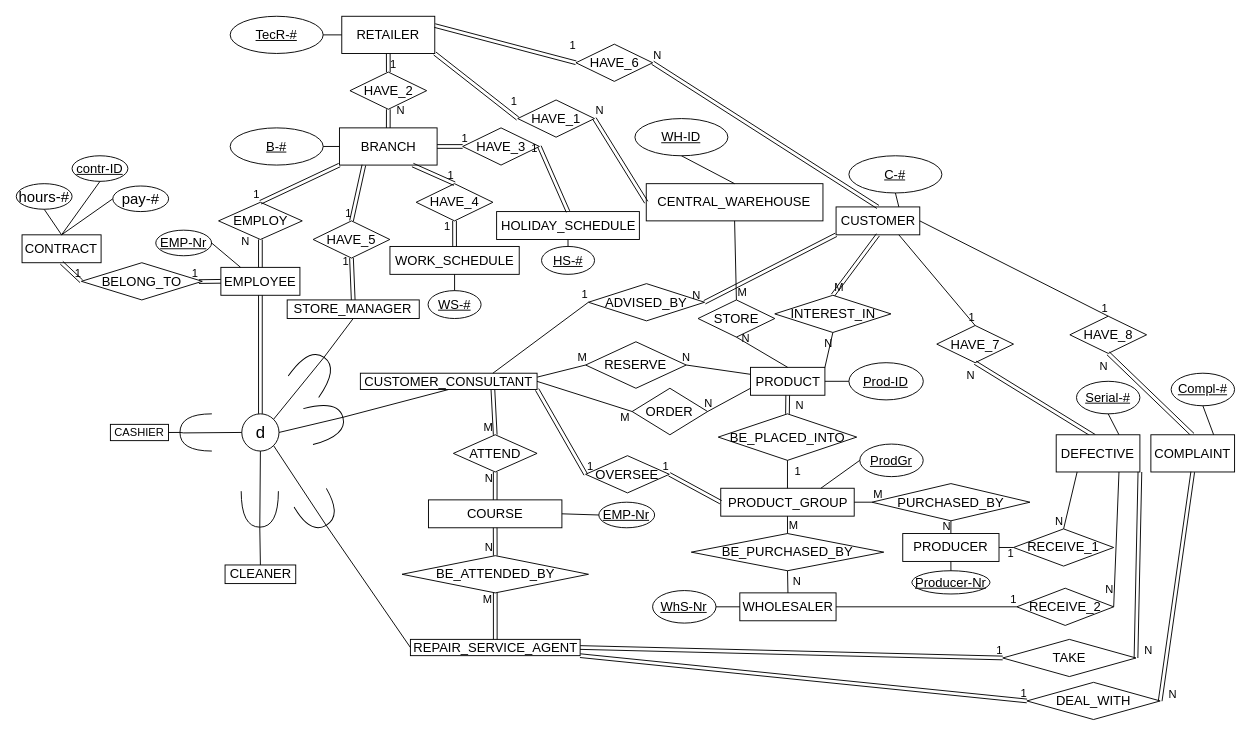
quangmnh/drawio keeps this draw.io diagram as eerdretailer.drawio. Above is the earlier version. Source tidied: cells renumbered, new cells numbered last; positions are measured from the earlier drawing's top-left corner, leaving out a move shared by most shapes. Both pictures are drawn from the tidied source at 93%, with x=0, y=0 at pixel (16, 16).
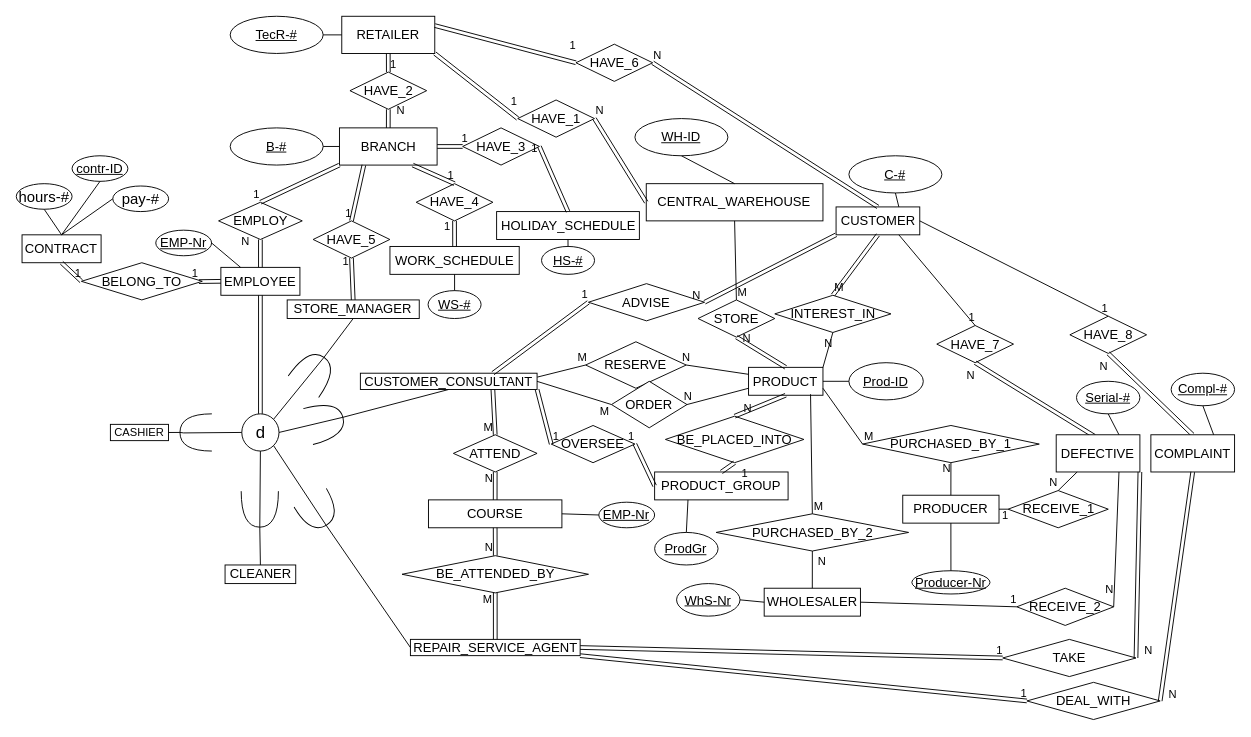
After the change.

The change refers to these unchanged cells:
```xml
<mxCell id="22" value="&lt;font style=&quot;font-size: 14px&quot;&gt;STORE&lt;/font&gt;" style="shape=rhombus;perimeter=rhombusPerimeter;whiteSpace=wrap;html=1;align=center;" parent="1" vertex="1">
  <mxGeometry x="733.1" y="305" width="82.5" height="40" as="geometry" />
</mxCell>
<mxCell id="107" value="&lt;font style=&quot;font-size: 14px&quot;&gt;CUSTOMER_CONSULTANT&lt;/font&gt;" style="whiteSpace=wrap;html=1;align=center;" parent="1" vertex="1">
  <mxGeometry x="370" y="383.8" width="190" height="17.5" as="geometry" />
</mxCell>
```

What changed in the source:
```diff
@@
     <mxCell id="21" value="&lt;font style=&quot;font-size: 14px&quot;&gt;PRODUCT&lt;/font&gt;" style="whiteSpace=wrap;html=1;align=center;" parent="1" vertex="1">
-      <mxGeometry x="789.5" y="377.5" width="80" height="30" as="geometry" />
+      <mxGeometry x="787.4" y="377.5" width="80" height="30" as="geometry" />
     </mxCell>
@@
-    <mxCell id="25" style="endArrow=none;html=1;rounded=0;entryX=0.5;entryY=1;entryDx=0;entryDy=0;exitX=0.5;exitY=0;exitDx=0;exitDy=0;" parent="1" edge="1" source="21" target="22">
+    <mxCell id="25" style="endArrow=none;html=1;rounded=0;entryX=0.5;entryY=1;entryDx=0;entryDy=0;exitX=0.5;exitY=0;exitDx=0;exitDy=0;shape=link;" parent="1" edge="1" source="21" target="22">
       <mxGeometry relative="1" as="geometry" />
     </mxCell>
@@
     <mxCell id="29" value="&lt;font style=&quot;font-size: 14px&quot;&gt;BE_PLACED_INTO&lt;/font&gt;" style="shape=rhombus;perimeter=rhombusPerimeter;whiteSpace=wrap;html=1;align=center;" parent="1" vertex="1">
-      <mxGeometry x="754.8" y="427.5" width="148.9" height="50" as="geometry" />
+      <mxGeometry x="698" y="430" width="148.9" height="50" as="geometry" />
     </mxCell>
     <mxCell id="30" value="&lt;font style=&quot;font-size: 14px&quot;&gt;PRODUCT_GROUP&lt;/font&gt;" style="whiteSpace=wrap;html=1;align=center;" parent="1" vertex="1">
-      <mxGeometry x="757.5" y="507.5" width="143.5" height="30" as="geometry" />
+      <mxGeometry x="686.4" y="490" width="143.5" height="30" as="geometry" />
     </mxCell>
     <mxCell id="31" value="&lt;span style=&quot;font-size: 14px&quot;&gt;ProdGr&lt;/span&gt;" style="ellipse;whiteSpace=wrap;html=1;align=center;fontStyle=4;" parent="1" vertex="1">
-      <mxGeometry x="907" y="460" width="68.2" height="35" as="geometry" />
+      <mxGeometry x="686.4" y="555" width="68.2" height="35" as="geometry" />
     </mxCell>
-    <mxCell id="32" style="endArrow=none;html=1;rounded=0;exitX=0;exitY=0.5;exitDx=0;exitDy=0;entryX=0.75;entryY=0;entryDx=0;entryDy=0;" parent="1" edge="1" source="31" target="30">
+    <mxCell id="32" style="endArrow=none;html=1;rounded=0;exitX=0.5;exitY=0;exitDx=0;exitDy=0;entryX=0.25;entryY=1;entryDx=0;entryDy=0;" parent="1" edge="1" source="31" target="30">
       <mxGeometry relative="1" as="geometry" />
     </mxCell>
@@
-    <mxCell id="35" style="endArrow=none;html=1;rounded=0;exitX=0.5;exitY=0;exitDx=0;exitDy=0;entryX=0.5;entryY=1;entryDx=0;entryDy=0;" parent="1" edge="1" source="30" target="29">
+    <mxCell id="35" style="endArrow=none;html=1;rounded=0;exitX=0.5;exitY=0;exitDx=0;exitDy=0;entryX=0.5;entryY=1;entryDx=0;entryDy=0;shape=link;" parent="1" edge="1" source="30" target="29">
       <mxGeometry relative="1" as="geometry" />
     </mxCell>
@@
     <mxCell id="37" value="&lt;span style=&quot;font-size: 14px&quot;&gt;WHOLESALER&lt;/span&gt;" style="whiteSpace=wrap;html=1;align=center;" parent="1" vertex="1">
-      <mxGeometry x="778" y="620" width="103.5" height="30" as="geometry" />
+      <mxGeometry x="804.2" y="615" width="103.5" height="30" as="geometry" />
     </mxCell>
     <mxCell id="38" value="&lt;span style=&quot;font-size: 14px&quot;&gt;PRODUCER&lt;/span&gt;" style="whiteSpace=wrap;html=1;align=center;" parent="1" vertex="1">
-      <mxGeometry x="953.2" y="556.2" width="103.5" height="30" as="geometry" />
+      <mxGeometry x="953.2" y="515" width="103.5" height="30" as="geometry" />
     </mxCell>
-    <mxCell id="39" value="&lt;font style=&quot;font-size: 14px&quot;&gt;BE_PURCHASED_BY&lt;/font&gt;" style="shape=rhombus;perimeter=rhombusPerimeter;whiteSpace=wrap;html=1;align=center;" parent="1" vertex="1">
-      <mxGeometry x="725.8" y="556.2" width="207" height="40" as="geometry" />
+    <mxCell id="39" value="&lt;font style=&quot;font-size: 14px&quot;&gt;PURCHASED_BY_2&lt;/font&gt;" style="shape=rhombus;perimeter=rhombusPerimeter;whiteSpace=wrap;html=1;align=center;" parent="1" vertex="1">
+      <mxGeometry x="752.5" y="535" width="207" height="40" as="geometry" />
     </mxCell>
-    <mxCell id="40" style="endArrow=none;html=1;rounded=0;entryX=0.5;entryY=1;entryDx=0;entryDy=0;exitX=0.5;exitY=0;exitDx=0;exitDy=0;" parent="1" edge="1" source="39" target="30">
+    <mxCell id="40" style="endArrow=none;html=1;rounded=0;entryX=0.833;entryY=0.964;entryDx=0;entryDy=0;exitX=0.5;exitY=0;exitDx=0;exitDy=0;entryPerimeter=0;" parent="1" edge="1" source="39" target="21">
       <mxGeometry relative="1" as="geometry" />
     </mxCell>
@@
-    <mxCell id="44" style="endArrow=none;html=1;rounded=0;entryX=1;entryY=0.5;entryDx=0;entryDy=0;exitX=0;exitY=0.5;exitDx=0;exitDy=0;" parent="1" edge="1" source="120" target="30">
+    <mxCell id="44" style="endArrow=none;html=1;rounded=0;entryX=1;entryY=0.75;entryDx=0;entryDy=0;exitX=0;exitY=0.5;exitDx=0;exitDy=0;" parent="1" edge="1" source="120" target="21">
       <mxGeometry relative="1" as="geometry" />
     </mxCell>
@@
     <mxCell id="48" value="&lt;span style=&quot;font-size: 14px&quot;&gt;WhS-Nr&lt;/span&gt;" style="ellipse;whiteSpace=wrap;html=1;align=center;fontStyle=4;" parent="1" vertex="1">
-      <mxGeometry x="684.2" y="617.5" width="68.2" height="35" as="geometry" />
+      <mxGeometry x="710" y="610" width="68.2" height="35" as="geometry" />
     </mxCell>
@@
-    <mxCell id="120" value="&lt;font style=&quot;font-size: 14px&quot;&gt;PURCHASED_BY&lt;/font&gt;" style="shape=rhombus;perimeter=rhombusPerimeter;whiteSpace=wrap;html=1;align=center;" parent="1" vertex="1">
-      <mxGeometry x="920" y="502.5" width="170" height="40" as="geometry" />
+    <mxCell id="120" value="&lt;font style=&quot;font-size: 14px&quot;&gt;PURCHASED_BY_1&lt;/font&gt;" style="shape=rhombus;perimeter=rhombusPerimeter;whiteSpace=wrap;html=1;align=center;" parent="1" vertex="1">
+      <mxGeometry x="910" y="440" width="190" height="40" as="geometry" />
     </mxCell>
@@
-    <mxCell id="122" value="&lt;font style=&quot;font-size: 14px&quot;&gt;ADVISED_BY&lt;/font&gt;" style="shape=rhombus;perimeter=rhombusPerimeter;whiteSpace=wrap;html=1;align=center;" parent="1" vertex="1">
+    <mxCell id="122" value="&lt;font style=&quot;font-size: 14px&quot;&gt;ADVISE&lt;/font&gt;" style="shape=rhombus;perimeter=rhombusPerimeter;whiteSpace=wrap;html=1;align=center;" parent="1" vertex="1">
       <mxGeometry x="615.2" y="287.5" width="124.9" height="40" as="geometry" />
     </mxCell>
     <mxCell id="123" value="&lt;font style=&quot;font-size: 14px&quot;&gt;OVERSEE&lt;/font&gt;" style="shape=rhombus;perimeter=rhombusPerimeter;whiteSpace=wrap;html=1;align=center;" parent="1" vertex="1">
-      <mxGeometry x="612.2" y="472.5" width="90" height="40" as="geometry" />
+      <mxGeometry x="575.2" y="440" width="90" height="40" as="geometry" />
     </mxCell>
@@
-    <mxCell id="128" style="endArrow=none;html=1;rounded=0;entryX=0;entryY=0.5;entryDx=0;entryDy=0;exitX=0.75;exitY=0;exitDx=0;exitDy=0;" parent="1" edge="1" source="107" target="122">
+    <mxCell id="128" style="endArrow=none;html=1;rounded=0;entryX=0;entryY=0.5;entryDx=0;entryDy=0;exitX=0.75;exitY=0;exitDx=0;exitDy=0;shape=link;" parent="1" edge="1" source="107" target="122">
       <mxGeometry relative="1" as="geometry" />
     </mxCell>
@@
     <mxCell id="139" value="&lt;font style=&quot;font-size: 14px&quot;&gt;ORDER&lt;/font&gt;" style="shape=rhombus;perimeter=rhombusPerimeter;whiteSpace=wrap;html=1;align=center;" parent="1" vertex="1">
-      <mxGeometry x="662.2" y="400" width="81.2" height="50" as="geometry" />
+      <mxGeometry x="640" y="392.5" width="81.2" height="50" as="geometry" />
     </mxCell>
@@
     <mxCell id="174" value="&lt;font style=&quot;font-size: 14px&quot;&gt;RECEIVE_1&lt;/font&gt;" style="shape=rhombus;perimeter=rhombusPerimeter;whiteSpace=wrap;html=1;align=center;" parent="1" vertex="1">
-      <mxGeometry x="1072.3" y="551.2" width="107.7" height="40" as="geometry" />
+      <mxGeometry x="1066.5" y="510" width="107.7" height="40" as="geometry" />
     </mxCell>
```
